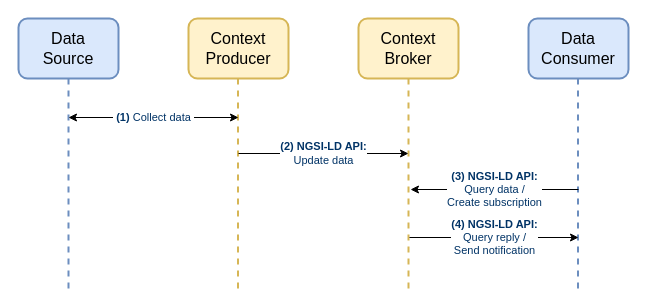
The draw.io diagram page "data-materialization-workflow" (1 of 13) of resources/images/data-integration-ngsi-ld.drawio in giros-dit/yang-to-ngsi-ld, before the edit. Source tidied: cells renumbered, new cells numbered last; positions are measured from the earlier drawing's top-left corner, leaving out a move shared by most shapes. Both pictures are drawn from the tidied source at 100%, with x=0, y=0 at pixel (18, 18).
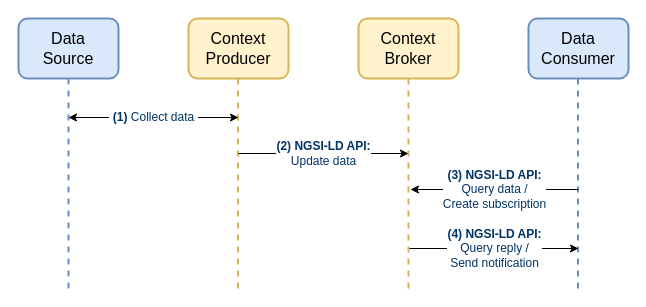
Above is the later version.

What changed in the source:
```diff
@@
-    <mxCell id="8" value="&lt;font color=&quot;#003366&quot;&gt;&amp;nbsp;&lt;b&gt;(1)&lt;/b&gt; Collect data&amp;nbsp;&lt;/font&gt;" style="endArrow=classic;html=1;rounded=0;startArrow=classic;startFill=1;" parent="1" edge="1">
+    <mxCell id="8" value="&lt;font style=&quot;font-size: 12px;&quot; color=&quot;#003366&quot;&gt;&amp;nbsp;&lt;b&gt;(1)&lt;/b&gt; Collect data&amp;nbsp;&lt;/font&gt;" style="endArrow=classic;html=1;rounded=0;startArrow=classic;startFill=1;" parent="1" edge="1">
       <mxGeometry relative="1" as="geometry">
         <mxPoint x="50" y="99" as="sourcePoint" />
         <mxPoint x="220" y="99" as="targetPoint" />
       </mxGeometry>
     </mxCell>
-    <mxCell id="9" value="&lt;font color=&quot;#003366&quot;&gt;&lt;b style=&quot;&quot;&gt;(2) NGSI-LD API:&lt;br&gt;&lt;/b&gt;Update data&lt;/font&gt;" style="endArrow=classic;html=1;rounded=0;" parent="1" edge="1">
+    <mxCell id="9" value="&lt;font style=&quot;font-size: 12px;&quot; color=&quot;#003366&quot;&gt;&lt;b style=&quot;&quot;&gt;(2) NGSI-LD API:&lt;br&gt;&lt;/b&gt;Update data&lt;/font&gt;" style="endArrow=classic;html=1;rounded=0;" parent="1" edge="1">
       <mxGeometry relative="1" as="geometry">
         <mxPoint x="220" y="135" as="sourcePoint" />
         <mxPoint x="390" y="135" as="targetPoint" />
       </mxGeometry>
     </mxCell>
-    <mxCell id="10" value="&lt;font color=&quot;#003366&quot;&gt;&lt;b&gt;(3) NGSI-LD API:&lt;/b&gt;&lt;br&gt;Query data /&lt;br&gt;&lt;/font&gt;&lt;div&gt;&lt;font color=&quot;#003366&quot;&gt;Create subscription&lt;/font&gt;&lt;/div&gt;" style="endArrow=none;html=1;rounded=0;startArrow=classic;startFill=1;endFill=0;" parent="1" edge="1">
+    <mxCell id="10" value="&lt;font style=&quot;font-size: 12px;&quot; color=&quot;#003366&quot;&gt;&lt;b&gt;(3) NGSI-LD API:&lt;/b&gt;&lt;br&gt;Query data /&lt;br&gt;&lt;/font&gt;&lt;div style=&quot;font-size: 12px;&quot;&gt;&lt;font style=&quot;font-size: 12px;&quot; color=&quot;#003366&quot;&gt;Create subscription&lt;/font&gt;&lt;/div&gt;" style="endArrow=none;html=1;rounded=0;startArrow=classic;startFill=1;endFill=0;" parent="1" edge="1">
       <mxGeometry relative="1" as="geometry">
         <mxPoint x="392" y="171" as="sourcePoint" />
         <mxPoint x="560" y="171" as="targetPoint" />
       </mxGeometry>
     </mxCell>
-    <mxCell id="11" value="&lt;font color=&quot;#003366&quot;&gt;&lt;b&gt;(4) NGSI-LD API:&lt;/b&gt;&lt;br&gt;Query reply /&lt;br&gt;&lt;/font&gt;&lt;div&gt;&lt;font color=&quot;#003366&quot;&gt;Send notification&lt;/font&gt;&lt;/div&gt;" style="endArrow=classic;html=1;rounded=0;startArrow=none;startFill=0;endFill=1;" parent="1" edge="1">
-      <mxGeometry relative="1" as="geometry">
-        <mxPoint x="391" y="219" as="sourcePoint" />
-        <mxPoint x="560" y="219" as="targetPoint" />
+    <mxCell id="11" value="&lt;font style=&quot;font-size: 12px;&quot; color=&quot;#003366&quot;&gt;&lt;b&gt;(4) NGSI-LD API:&lt;/b&gt;&lt;br&gt;Query reply /&lt;br&gt;&lt;/font&gt;&lt;div style=&quot;font-size: 12px;&quot;&gt;&lt;font style=&quot;font-size: 12px;&quot; color=&quot;#003366&quot;&gt;Send notification&lt;/font&gt;&lt;/div&gt;" style="endArrow=classic;html=1;rounded=0;startArrow=none;startFill=0;endFill=1;" parent="1" edge="1">
+      <mxGeometry x="0.01" relative="1" as="geometry">
+        <mxPoint x="391" y="230" as="sourcePoint" />
+        <mxPoint x="560" y="230" as="targetPoint" />
       </mxGeometry>
     </mxCell>
```
